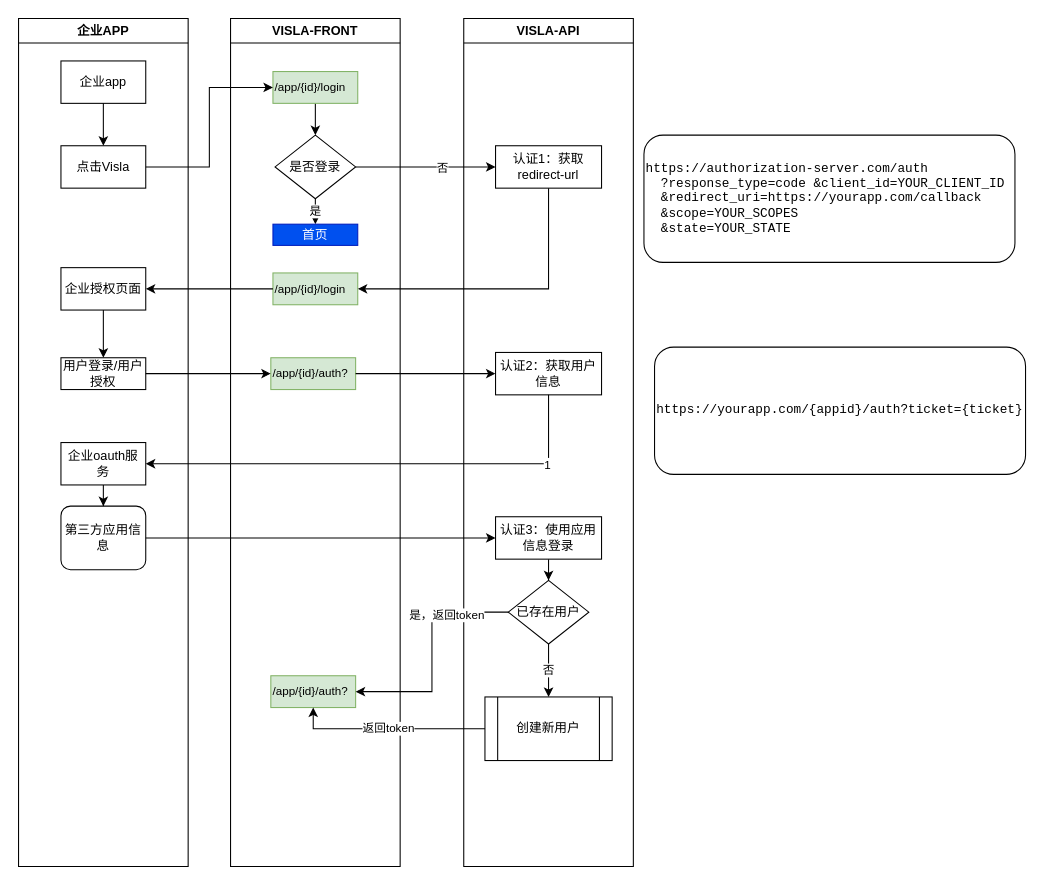
visla-perlin/cloudflare-docker-proxy keeps this draw.io diagram as src/cas接入流程.drawio. Above is the earlier version. Source tidied: cells renumbered, new cells numbered last; positions are measured from the earlier drawing's top-left corner, leaving out a move shared by most shapes. Both pictures are drawn from the tidied source at 106%, with x=0, y=0 at pixel (18, 18).
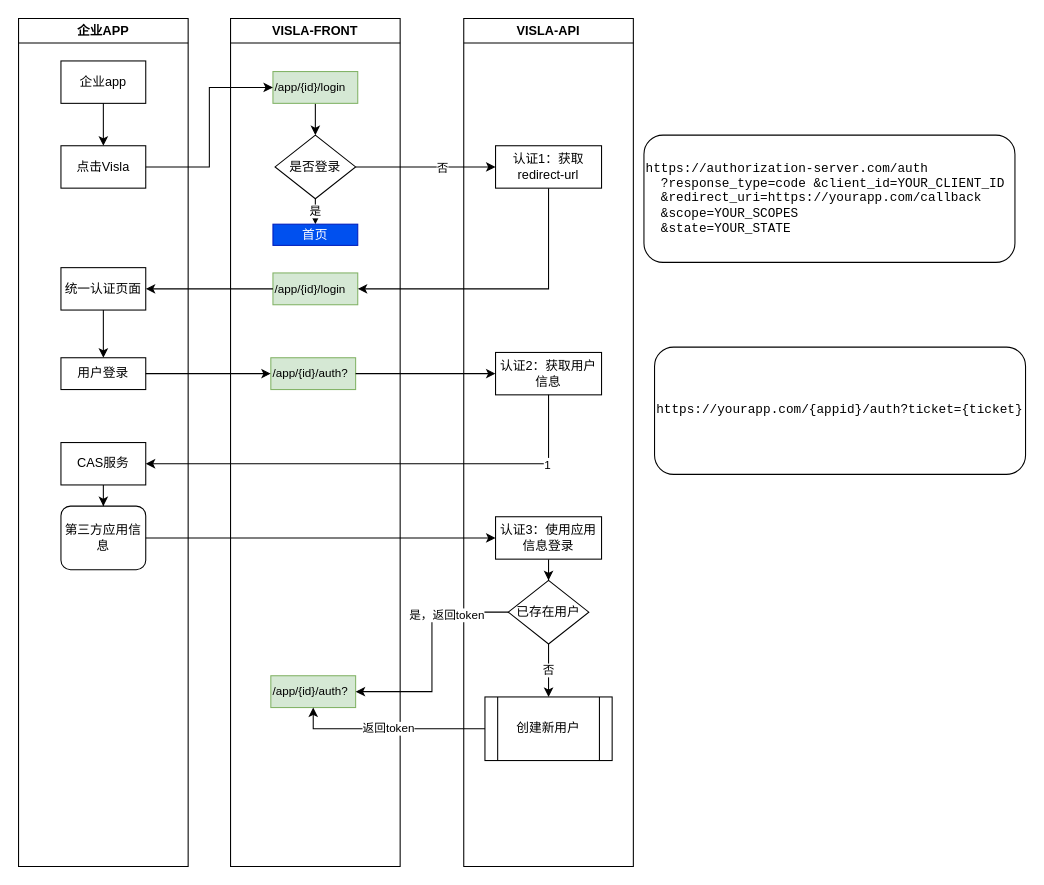
After the change.

Commit message (it also covers changes not shown here):
更新cas接入流程.drawio

The change refers to these unchanged cells:
```xml
<mxCell id="2" value="企业APP" style="swimlane;whiteSpace=wrap;html=1;" parent="1" vertex="1">
  <mxGeometry width="160" height="800" as="geometry" />
</mxCell>
```

The edit, as a diff of the source:
```diff
@@
-    <mxCell id="7" value="企业授权页面" style="rounded=0;whiteSpace=wrap;html=1;" parent="2" vertex="1">
+    <mxCell id="7" value="统一认证页面" style="rounded=0;whiteSpace=wrap;html=1;" parent="2" vertex="1">
       <mxGeometry x="40" y="235" width="80" height="40" as="geometry" />
     </mxCell>
-    <mxCell id="8" value="用户登录/用户授权" style="rounded=0;whiteSpace=wrap;html=1;" parent="2" vertex="1">
+    <mxCell id="8" value="用户登录" style="rounded=0;whiteSpace=wrap;html=1;" parent="2" vertex="1">
       <mxGeometry x="40" y="320" width="80" height="30" as="geometry" />
     </mxCell>
@@
-    <mxCell id="10" value="企业oauth服务" style="rounded=0;whiteSpace=wrap;html=1;" parent="2" vertex="1">
+    <mxCell id="10" value="CAS服务" style="rounded=0;whiteSpace=wrap;html=1;" parent="2" vertex="1">
       <mxGeometry x="40" y="400" width="80" height="40" as="geometry" />
     </mxCell>
```
